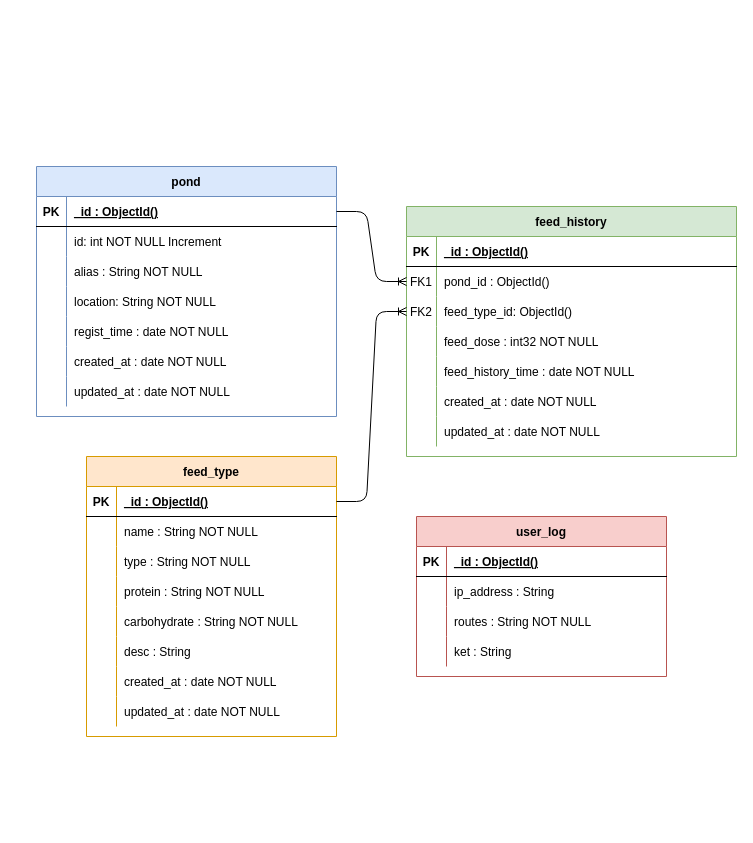
The draw.io diagram doc/Sprint03/diagram database/database.drawio in andrirahmanto/backendserverfishculture, before the edit. Source tidied: cells renumbered, new cells numbered last; positions are measured from the earlier drawing's top-left corner, leaving out a move shared by most shapes. Both pictures are drawn from the tidied source at 100%, with x=0, y=0 at pixel (36, 166).
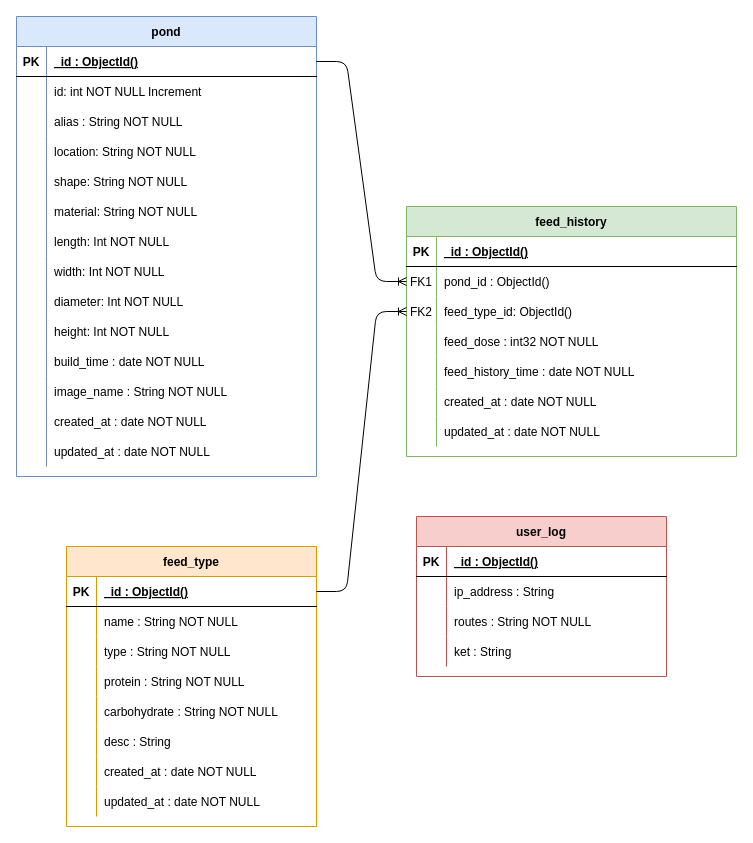
The same page after the edit.

The edit, as a diff of the source:
```diff
@@
     <mxCell id="24" value="feed_type" style="shape=table;startSize=30;childLayout=tableLayout;rowLines=0;fontStyle=1;align=center;fillColor=#ffe6cc;strokeColor=#d79b00;" parent="1" vertex="1">
-      <mxGeometry x="50" y="290" width="250" height="280" as="geometry" />
+      <mxGeometry x="30" y="380" width="250" height="280" as="geometry" />
     </mxCell>
@@
     <mxCell id="49" value="pond" style="shape=table;startSize=30;childLayout=tableLayout;rowLines=0;fontStyle=1;align=center;fillColor=#dae8fc;strokeColor=#6c8ebf;" parent="1" vertex="1">
-      <mxGeometry width="300" height="250" as="geometry" />
+      <mxGeometry x="-20" y="-150" width="300" height="460" as="geometry" />
     </mxCell>
@@
+    <mxCell id="86" style="shape=partialRectangle;fillColor=none;top=0;left=0;right=0;bottom=0;" parent="49" vertex="1">
+      <mxGeometry y="150" width="300" height="30" as="geometry" />
+    </mxCell>
+    <mxCell id="87" style="shape=partialRectangle;overflow=hidden;fillColor=none;top=0;left=0;bottom=0;right=0;" parent="86" vertex="1">
+      <mxGeometry width="30" height="30" as="geometry" />
+    </mxCell>
+    <mxCell id="88" value="shape: String NOT NULL" style="shape=partialRectangle;overflow=hidden;fillColor=none;top=0;left=0;bottom=0;right=0;align=left;spacingLeft=6;" parent="86" vertex="1">
+      <mxGeometry x="30" width="270" height="30" as="geometry" />
+    </mxCell>
+    <mxCell id="89" style="shape=partialRectangle;fillColor=none;top=0;left=0;right=0;bottom=0;" parent="49" vertex="1">
+      <mxGeometry y="180" width="300" height="30" as="geometry" />
+    </mxCell>
+    <mxCell id="90" style="shape=partialRectangle;overflow=hidden;fillColor=none;top=0;left=0;bottom=0;right=0;" parent="89" vertex="1">
+      <mxGeometry width="30" height="30" as="geometry" />
+    </mxCell>
+    <mxCell id="91" value="material: String NOT NULL" style="shape=partialRectangle;overflow=hidden;fillColor=none;top=0;left=0;bottom=0;right=0;align=left;spacingLeft=6;" parent="89" vertex="1">
+      <mxGeometry x="30" width="270" height="30" as="geometry" />
+    </mxCell>
+    <mxCell id="92" style="shape=partialRectangle;fillColor=none;top=0;left=0;right=0;bottom=0;" parent="49" vertex="1">
+      <mxGeometry y="210" width="300" height="30" as="geometry" />
+    </mxCell>
+    <mxCell id="93" style="shape=partialRectangle;overflow=hidden;fillColor=none;top=0;left=0;bottom=0;right=0;" parent="92" vertex="1">
+      <mxGeometry width="30" height="30" as="geometry" />
+    </mxCell>
+    <mxCell id="94" value="length: Int NOT NULL" style="shape=partialRectangle;overflow=hidden;fillColor=none;top=0;left=0;bottom=0;right=0;align=left;spacingLeft=6;" parent="92" vertex="1">
+      <mxGeometry x="30" width="270" height="30" as="geometry" />
+    </mxCell>
+    <mxCell id="95" style="shape=partialRectangle;fillColor=none;top=0;left=0;right=0;bottom=0;" parent="49" vertex="1">
+      <mxGeometry y="240" width="300" height="30" as="geometry" />
+    </mxCell>
+    <mxCell id="96" style="shape=partialRectangle;overflow=hidden;fillColor=none;top=0;left=0;bottom=0;right=0;" parent="95" vertex="1">
+      <mxGeometry width="30" height="30" as="geometry" />
+    </mxCell>
+    <mxCell id="97" value="width: Int NOT NULL" style="shape=partialRectangle;overflow=hidden;fillColor=none;top=0;left=0;bottom=0;right=0;align=left;spacingLeft=6;" parent="95" vertex="1">
+      <mxGeometry x="30" width="270" height="30" as="geometry" />
+    </mxCell>
+    <mxCell id="98" style="shape=partialRectangle;fillColor=none;top=0;left=0;right=0;bottom=0;" parent="49" vertex="1">
+      <mxGeometry y="270" width="300" height="30" as="geometry" />
+    </mxCell>
+    <mxCell id="99" style="shape=partialRectangle;overflow=hidden;fillColor=none;top=0;left=0;bottom=0;right=0;" parent="98" vertex="1">
+      <mxGeometry width="30" height="30" as="geometry" />
+    </mxCell>
+    <mxCell id="100" value="diameter: Int NOT NULL" style="shape=partialRectangle;overflow=hidden;fillColor=none;top=0;left=0;bottom=0;right=0;align=left;spacingLeft=6;" parent="98" vertex="1">
+      <mxGeometry x="30" width="270" height="30" as="geometry" />
+    </mxCell>
+    <mxCell id="101" style="shape=partialRectangle;fillColor=none;top=0;left=0;right=0;bottom=0;" parent="49" vertex="1">
+      <mxGeometry y="300" width="300" height="30" as="geometry" />
+    </mxCell>
+    <mxCell id="102" style="shape=partialRectangle;overflow=hidden;fillColor=none;top=0;left=0;bottom=0;right=0;" parent="101" vertex="1">
+      <mxGeometry width="30" height="30" as="geometry" />
+    </mxCell>
+    <mxCell id="103" value="height: Int NOT NULL" style="shape=partialRectangle;overflow=hidden;fillColor=none;top=0;left=0;bottom=0;right=0;align=left;spacingLeft=6;" parent="101" vertex="1">
+      <mxGeometry x="30" width="270" height="30" as="geometry" />
+    </mxCell>
     <mxCell id="62" style="shape=partialRectangle;fillColor=none;top=0;left=0;right=0;bottom=0;" parent="49" vertex="1">
-      <mxGeometry y="150" width="300" height="30" as="geometry" />
+      <mxGeometry y="330" width="300" height="30" as="geometry" />
     </mxCell>
@@
-    <mxCell id="64" value="regist_time : date NOT NULL" style="shape=partialRectangle;overflow=hidden;fillColor=none;top=0;left=0;bottom=0;right=0;align=left;spacingLeft=6;" parent="62" vertex="1">
+    <mxCell id="64" value="build_time : date NOT NULL" style="shape=partialRectangle;overflow=hidden;fillColor=none;top=0;left=0;bottom=0;right=0;align=left;spacingLeft=6;" parent="62" vertex="1">
       <mxGeometry x="30" width="270" height="30" as="geometry" />
     </mxCell>
+    <mxCell id="104" style="shape=partialRectangle;fillColor=none;top=0;left=0;right=0;bottom=0;" parent="49" vertex="1">
+      <mxGeometry y="360" width="300" height="30" as="geometry" />
+    </mxCell>
+    <mxCell id="105" style="shape=partialRectangle;overflow=hidden;fillColor=none;top=0;left=0;bottom=0;right=0;" parent="104" vertex="1">
+      <mxGeometry width="30" height="30" as="geometry" />
+    </mxCell>
+    <mxCell id="106" value="image_name : String NOT NULL" style="shape=partialRectangle;overflow=hidden;fillColor=none;top=0;left=0;bottom=0;right=0;align=left;spacingLeft=6;" parent="104" vertex="1">
+      <mxGeometry x="30" width="270" height="30" as="geometry" />
+    </mxCell>
     <mxCell id="65" style="shape=partialRectangle;fillColor=none;top=0;left=0;right=0;bottom=0;" parent="49" vertex="1">
-      <mxGeometry y="180" width="300" height="30" as="geometry" />
+      <mxGeometry y="390" width="300" height="30" as="geometry" />
     </mxCell>
@@
     <mxCell id="68" style="shape=partialRectangle;fillColor=none;top=0;left=0;right=0;bottom=0;" parent="49" vertex="1">
-      <mxGeometry y="210" width="300" height="30" as="geometry" />
+      <mxGeometry y="420" width="300" height="30" as="geometry" />
     </mxCell>
```
